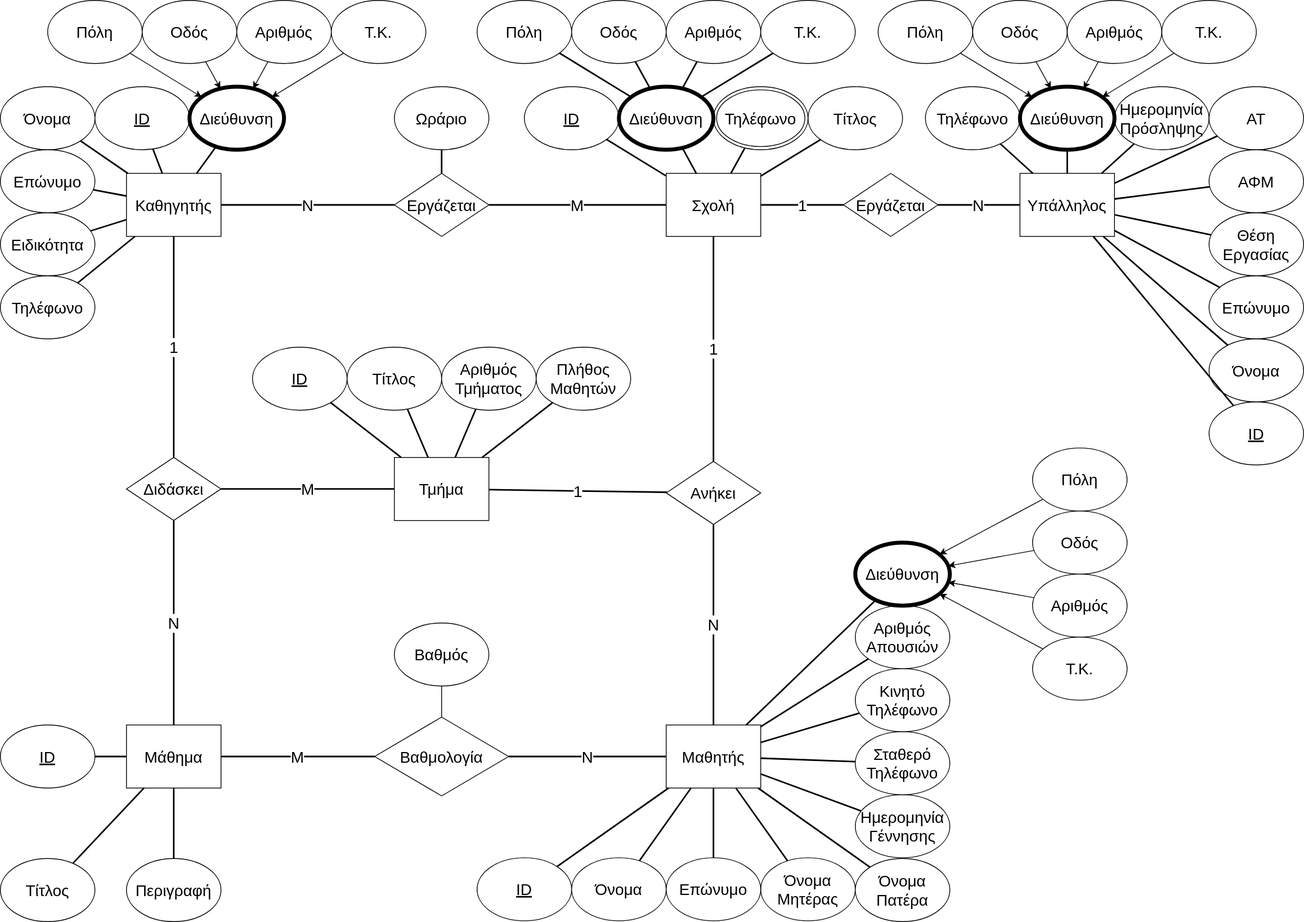
Earlier version of the draw.io export Database Diagram.drawio.svg (kyrtsouv/DB-Project). Source tidied: cells renumbered, new cells last; positions are measured from the earlier drawing's top-left corner, leaving out a move shared by most shapes.
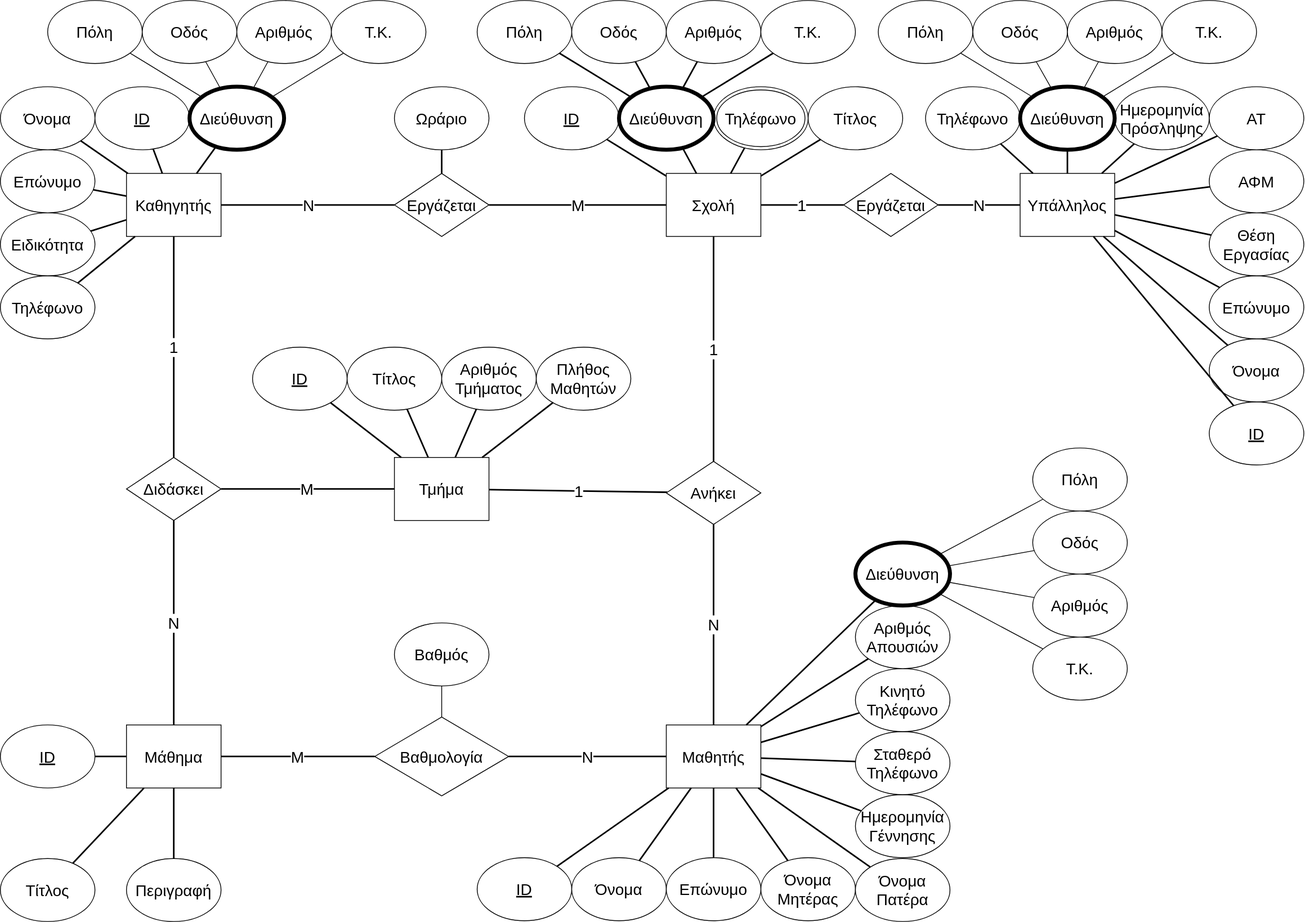
Above is the later version.

Change to the diagram source:
```diff
@@ -326,73 +326,73 @@
     <mxCell id="109" value="Ωράριο" style="ellipse;whiteSpace=wrap;html=1;fontFamily=Helvetica;fontSize=20;fontColor=default;strokeColor=default;labelBorderColor=none;" parent="1" vertex="1">
       <mxGeometry x="500" y="109.5" width="120" height="80" as="geometry" />
     </mxCell>
-    <mxCell id="110" style="rounded=0;jettySize=auto;html=1;" parent="1" edge="1" source="111" target="85">
+    <mxCell id="110" style="rounded=0;jettySize=auto;html=1;endArrow=none;endFill=0;" parent="1" edge="1" source="111" target="85">
       <mxGeometry relative="1" as="geometry" />
     </mxCell>
     <mxCell id="111" value="Πόλη" style="ellipse;whiteSpace=wrap;html=1;rotation=0;fontSize=20;strokeColor=default;labelBorderColor=none;" parent="1" vertex="1">
       <mxGeometry x="60" width="120" height="80" as="geometry" />
     </mxCell>
-    <mxCell id="112" style="edgeStyle=none;shape=connector;rounded=0;jettySize=auto;html=1;labelBackgroundColor=default;strokeColor=default;align=center;verticalAlign=middle;fontFamily=Helvetica;fontSize=11;fontColor=default;endArrow=classic;" parent="1" edge="1" source="113" target="85">
+    <mxCell id="112" style="edgeStyle=none;shape=connector;rounded=0;jettySize=auto;html=1;labelBackgroundColor=default;strokeColor=default;align=center;verticalAlign=middle;fontFamily=Helvetica;fontSize=11;fontColor=default;endArrow=none;endFill=0;" parent="1" edge="1" source="113" target="85">
       <mxGeometry relative="1" as="geometry" />
     </mxCell>
     <mxCell id="113" value="Οδός" style="ellipse;whiteSpace=wrap;html=1;rotation=0;fontSize=20;strokeColor=default;labelBorderColor=none;" parent="1" vertex="1">
       <mxGeometry x="180" width="120" height="80" as="geometry" />
     </mxCell>
-    <mxCell id="114" style="edgeStyle=none;shape=connector;rounded=0;jettySize=auto;html=1;labelBackgroundColor=default;strokeColor=default;align=center;verticalAlign=middle;fontFamily=Helvetica;fontSize=11;fontColor=default;endArrow=classic;" parent="1" edge="1" source="115" target="85">
+    <mxCell id="114" style="edgeStyle=none;shape=connector;rounded=0;jettySize=auto;html=1;labelBackgroundColor=default;strokeColor=default;align=center;verticalAlign=middle;fontFamily=Helvetica;fontSize=11;fontColor=default;endArrow=none;endFill=0;" parent="1" edge="1" source="115" target="85">
       <mxGeometry relative="1" as="geometry" />
     </mxCell>
     <mxCell id="115" value="Αριθμός" style="ellipse;whiteSpace=wrap;html=1;rotation=0;fontSize=20;strokeColor=default;labelBorderColor=none;" parent="1" vertex="1">
       <mxGeometry x="300" width="120" height="80" as="geometry" />
     </mxCell>
-    <mxCell id="116" style="edgeStyle=none;shape=connector;rounded=0;jettySize=auto;html=1;labelBackgroundColor=default;strokeColor=default;align=center;verticalAlign=middle;fontFamily=Helvetica;fontSize=11;fontColor=default;endArrow=classic;" parent="1" edge="1" source="117" target="85">
+    <mxCell id="116" style="edgeStyle=none;shape=connector;rounded=0;jettySize=auto;html=1;labelBackgroundColor=default;strokeColor=default;align=center;verticalAlign=middle;fontFamily=Helvetica;fontSize=11;fontColor=default;endArrow=none;endFill=0;" parent="1" edge="1" source="117" target="85">
       <mxGeometry relative="1" as="geometry" />
     </mxCell>
     <mxCell id="117" value="Τ.Κ." style="ellipse;whiteSpace=wrap;html=1;rotation=0;fontSize=20;strokeColor=default;labelBorderColor=none;" parent="1" vertex="1">
       <mxGeometry x="420" width="120" height="80" as="geometry" />
     </mxCell>
-    <mxCell id="118" style="edgeStyle=none;shape=connector;rounded=0;jettySize=auto;html=1;labelBackgroundColor=default;strokeColor=default;align=center;verticalAlign=middle;fontFamily=Helvetica;fontSize=11;fontColor=default;endArrow=classic;" parent="1" edge="1" source="119" target="79">
+    <mxCell id="118" style="edgeStyle=none;shape=connector;rounded=0;jettySize=auto;html=1;labelBackgroundColor=default;strokeColor=default;align=center;verticalAlign=middle;fontFamily=Helvetica;fontSize=11;fontColor=default;endArrow=none;endFill=0;" parent="1" edge="1" source="119" target="79">
       <mxGeometry relative="1" as="geometry" />
     </mxCell>
     <mxCell id="119" value="Πόλη" style="ellipse;whiteSpace=wrap;html=1;rotation=0;fontSize=20;strokeColor=default;labelBorderColor=none;" parent="1" vertex="1">
       <mxGeometry x="1114" width="120" height="80" as="geometry" />
     </mxCell>
-    <mxCell id="120" style="edgeStyle=none;shape=connector;rounded=0;jettySize=auto;html=1;labelBackgroundColor=default;strokeColor=default;align=center;verticalAlign=middle;fontFamily=Helvetica;fontSize=11;fontColor=default;endArrow=classic;" parent="1" edge="1" source="121" target="79">
+    <mxCell id="120" style="edgeStyle=none;shape=connector;rounded=0;jettySize=auto;html=1;labelBackgroundColor=default;strokeColor=default;align=center;verticalAlign=middle;fontFamily=Helvetica;fontSize=11;fontColor=default;endArrow=none;endFill=0;" parent="1" edge="1" source="121" target="79">
       <mxGeometry relative="1" as="geometry" />
     </mxCell>
     <mxCell id="121" value="Οδός" style="ellipse;whiteSpace=wrap;html=1;rotation=0;fontSize=20;strokeColor=default;labelBorderColor=none;" parent="1" vertex="1">
       <mxGeometry x="1234" width="120" height="80" as="geometry" />
     </mxCell>
-    <mxCell id="122" style="edgeStyle=none;shape=connector;rounded=0;jettySize=auto;html=1;labelBackgroundColor=default;strokeColor=default;align=center;verticalAlign=middle;fontFamily=Helvetica;fontSize=11;fontColor=default;endArrow=classic;" parent="1" edge="1" source="123" target="79">
+    <mxCell id="122" style="edgeStyle=none;shape=connector;rounded=0;jettySize=auto;html=1;labelBackgroundColor=default;strokeColor=default;align=center;verticalAlign=middle;fontFamily=Helvetica;fontSize=11;fontColor=default;endArrow=none;endFill=0;" parent="1" edge="1" source="123" target="79">
       <mxGeometry relative="1" as="geometry" />
     </mxCell>
     <mxCell id="123" value="Αριθμός" style="ellipse;whiteSpace=wrap;html=1;rotation=0;fontSize=20;strokeColor=default;labelBorderColor=none;" parent="1" vertex="1">
       <mxGeometry x="1354" width="120" height="80" as="geometry" />
     </mxCell>
-    <mxCell id="124" style="edgeStyle=none;shape=connector;rounded=0;jettySize=auto;html=1;labelBackgroundColor=default;strokeColor=default;align=center;verticalAlign=middle;fontFamily=Helvetica;fontSize=11;fontColor=default;endArrow=classic;" parent="1" edge="1" source="125" target="79">
+    <mxCell id="124" style="edgeStyle=none;shape=connector;rounded=0;jettySize=auto;html=1;labelBackgroundColor=default;strokeColor=default;align=center;verticalAlign=middle;fontFamily=Helvetica;fontSize=11;fontColor=default;endArrow=none;endFill=0;" parent="1" edge="1" source="125" target="79">
       <mxGeometry relative="1" as="geometry" />
     </mxCell>
     <mxCell id="125" value="Τ.Κ." style="ellipse;whiteSpace=wrap;html=1;rotation=0;fontSize=20;strokeColor=default;labelBorderColor=none;" parent="1" vertex="1">
       <mxGeometry x="1474" width="120" height="80" as="geometry" />
     </mxCell>
-    <mxCell id="126" style="edgeStyle=none;shape=connector;rounded=0;jettySize=auto;html=1;labelBackgroundColor=default;strokeColor=default;align=center;verticalAlign=middle;fontFamily=Helvetica;fontSize=11;fontColor=default;endArrow=classic;" parent="1" edge="1" source="127" target="86">
+    <mxCell id="126" style="edgeStyle=none;shape=connector;rounded=0;jettySize=auto;html=1;labelBackgroundColor=default;strokeColor=default;align=center;verticalAlign=middle;fontFamily=Helvetica;fontSize=11;fontColor=default;endArrow=none;endFill=0;" parent="1" edge="1" source="127" target="86">
       <mxGeometry relative="1" as="geometry" />
     </mxCell>
     <mxCell id="127" value="Πόλη" style="ellipse;whiteSpace=wrap;html=1;rotation=0;fontSize=20;strokeColor=default;labelBorderColor=none;" parent="1" vertex="1">
       <mxGeometry x="1310" y="568" width="120" height="80" as="geometry" />
     </mxCell>
-    <mxCell id="128" style="edgeStyle=none;shape=connector;rounded=0;jettySize=auto;html=1;labelBackgroundColor=default;strokeColor=default;align=center;verticalAlign=middle;fontFamily=Helvetica;fontSize=11;fontColor=default;endArrow=classic;" parent="1" edge="1" source="129" target="86">
+    <mxCell id="128" style="edgeStyle=none;shape=connector;rounded=0;jettySize=auto;html=1;labelBackgroundColor=default;strokeColor=default;align=center;verticalAlign=middle;fontFamily=Helvetica;fontSize=11;fontColor=default;endArrow=none;endFill=0;" parent="1" edge="1" source="129" target="86">
       <mxGeometry relative="1" as="geometry" />
     </mxCell>
     <mxCell id="129" value="Οδός" style="ellipse;whiteSpace=wrap;html=1;rotation=0;fontSize=20;strokeColor=default;labelBorderColor=none;" parent="1" vertex="1">
       <mxGeometry x="1310" y="648" width="120" height="80" as="geometry" />
     </mxCell>
-    <mxCell id="130" style="edgeStyle=none;shape=connector;rounded=0;jettySize=auto;html=1;labelBackgroundColor=default;strokeColor=default;align=center;verticalAlign=middle;fontFamily=Helvetica;fontSize=11;fontColor=default;endArrow=classic;" parent="1" edge="1" source="131" target="86">
+    <mxCell id="130" style="edgeStyle=none;shape=connector;rounded=0;jettySize=auto;html=1;labelBackgroundColor=default;strokeColor=default;align=center;verticalAlign=middle;fontFamily=Helvetica;fontSize=11;fontColor=default;endArrow=none;endFill=0;" parent="1" edge="1" source="131" target="86">
       <mxGeometry relative="1" as="geometry" />
     </mxCell>
     <mxCell id="131" value="Αριθμός" style="ellipse;whiteSpace=wrap;html=1;rotation=0;fontSize=20;strokeColor=default;labelBorderColor=none;" parent="1" vertex="1">
       <mxGeometry x="1310" y="728" width="120" height="80" as="geometry" />
     </mxCell>
-    <mxCell id="132" style="edgeStyle=none;shape=connector;rounded=0;jettySize=auto;html=1;labelBackgroundColor=default;strokeColor=default;align=center;verticalAlign=middle;fontFamily=Helvetica;fontSize=11;fontColor=default;endArrow=classic;" parent="1" edge="1" source="133" target="86">
+    <mxCell id="132" style="edgeStyle=none;shape=connector;rounded=0;jettySize=auto;html=1;labelBackgroundColor=default;strokeColor=default;align=center;verticalAlign=middle;fontFamily=Helvetica;fontSize=11;fontColor=default;endArrow=none;endFill=0;" parent="1" edge="1" source="133" target="86">
       <mxGeometry relative="1" as="geometry" />
     </mxCell>
     <mxCell id="133" value="Τ.Κ." style="ellipse;whiteSpace=wrap;html=1;rotation=0;fontSize=20;strokeColor=default;labelBorderColor=none;" parent="1" vertex="1">
```
